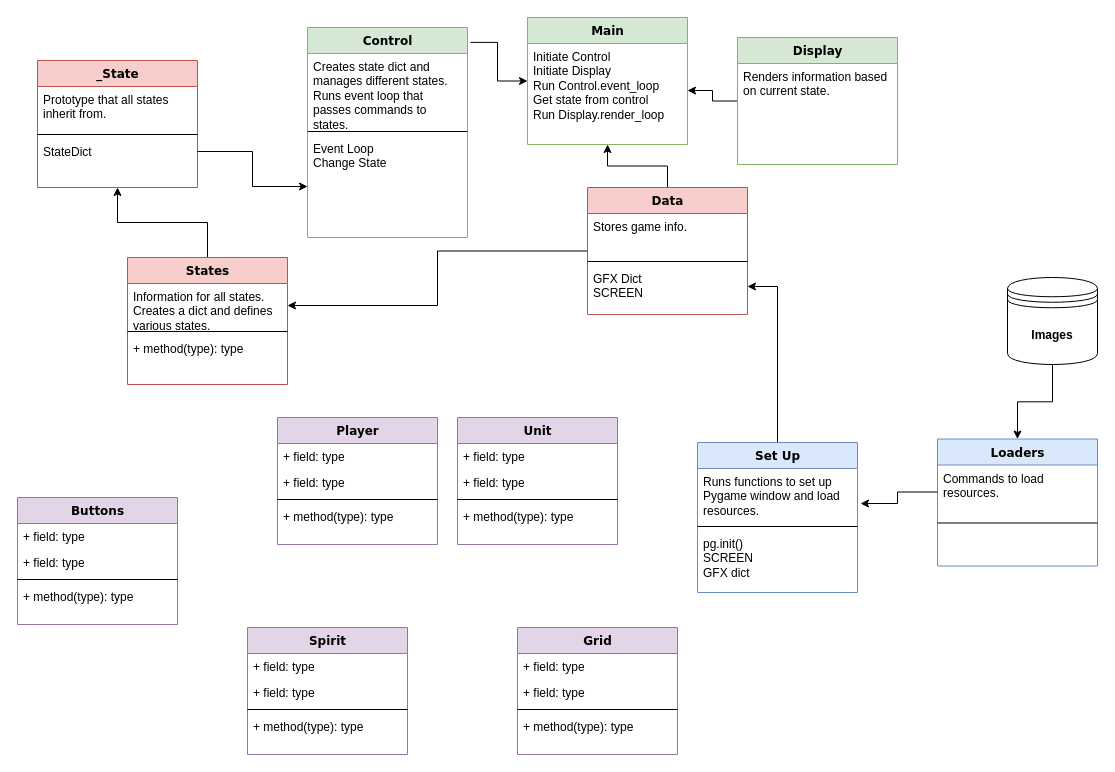
This is class_outline.drawio from ShinyMyst/VG-exhumed, a draw.io file, before an edit. Source tidied: cells renumbered, new cells numbered last; positions are measured from the earlier drawing's top-left corner, leaving out a move shared by most shapes. Both pictures are drawn from the tidied source at 100%, with x=0, y=0 at pixel (17, 17).
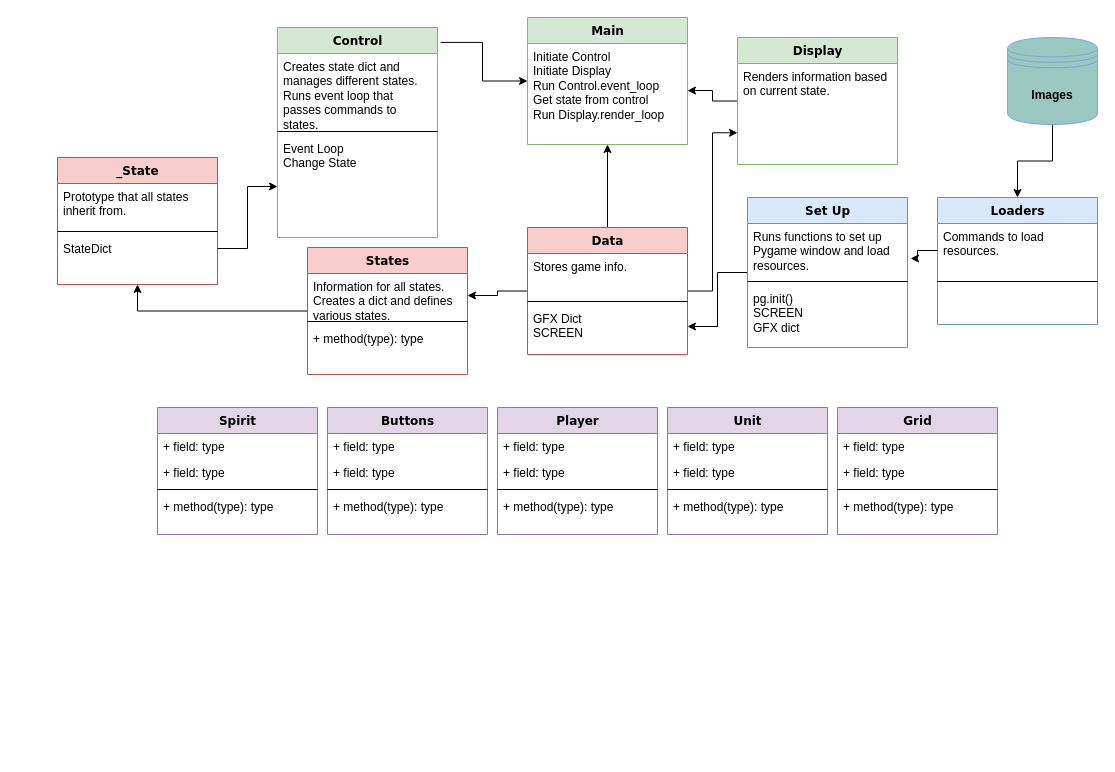
The same page after the edit.

Unchanged cells that the change refers to:
```xml
<mxCell id="25" value="Display" style="swimlane;html=1;fontStyle=1;align=center;verticalAlign=top;horizontal=1;startSize=26;swimlaneFillColor=#ffffff;rounded=0;shadow=0;comic=0;labelBackgroundColor=none;strokeWidth=1;fillColor=#d5e8d4;fontFamily=Verdana;fontSize=12;strokeColor=#82b366;" parent="1" vertex="1">
  <mxGeometry x="720" y="20" width="160" height="127" as="geometry" />
</mxCell>
```

What changed in the source:
```diff
@@
     <mxCell id="5" value="Control" style="swimlane;html=1;fontStyle=1;align=center;verticalAlign=top;horizontal=1;startSize=26;swimlaneFillColor=#ffffff;rounded=0;shadow=0;comic=0;labelBackgroundColor=none;strokeWidth=1;fillColor=#d5e8d4;fontFamily=Verdana;fontSize=12;strokeColor=#82b366;" parent="1" vertex="1">
-      <mxGeometry x="290" y="10" width="160" height="210" as="geometry" />
+      <mxGeometry x="260" y="10" width="160" height="210" as="geometry" />
     </mxCell>
@@
     <mxCell id="9" value="_State" style="swimlane;html=1;fontStyle=1;align=center;verticalAlign=top;horizontal=1;startSize=26;swimlaneFillColor=#ffffff;rounded=0;shadow=0;comic=0;labelBackgroundColor=none;strokeWidth=1;fillColor=#f8cecc;fontFamily=Verdana;fontSize=12;strokeColor=#b85450;" parent="1" vertex="1">
-      <mxGeometry x="20" y="43" width="160" height="127" as="geometry" />
+      <mxGeometry x="40" y="140" width="160" height="127" as="geometry" />
     </mxCell>
@@
+    <mxCell id="64" style="edgeStyle=orthogonalEdgeStyle;rounded=0;jettySize=auto;html=1;entryX=0;entryY=0.75;entryDx=0;entryDy=0;" parent="1" edge="1" source="15" target="25">
+      <mxGeometry relative="1" as="geometry" />
+    </mxCell>
     <mxCell id="15" value="Data" style="swimlane;html=1;fontStyle=1;align=center;verticalAlign=top;horizontal=1;startSize=26;swimlaneFillColor=#ffffff;rounded=0;shadow=0;comic=0;labelBackgroundColor=none;strokeWidth=1;fillColor=#f8cecc;fontFamily=Verdana;fontSize=12;strokeColor=#b85450;" parent="1" vertex="1">
-      <mxGeometry x="570" y="170" width="160" height="127" as="geometry" />
+      <mxGeometry x="510" y="210" width="160" height="127" as="geometry" />
     </mxCell>
@@
     <mxCell id="19" value="Player" style="swimlane;html=1;fontStyle=1;align=center;verticalAlign=top;horizontal=1;startSize=26;swimlaneFillColor=#ffffff;rounded=0;shadow=0;comic=0;labelBackgroundColor=none;strokeWidth=1;fillColor=#e1d5e7;fontFamily=Verdana;fontSize=12;strokeColor=#9673a6;" parent="1" vertex="1">
-      <mxGeometry x="260" y="400" width="160" height="127" as="geometry" />
+      <mxGeometry x="480" y="390" width="160" height="127" as="geometry" />
     </mxCell>
@@
     <mxCell id="27" value="Spirit" style="swimlane;html=1;fontStyle=1;align=center;verticalAlign=top;horizontal=1;startSize=26;swimlaneFillColor=#ffffff;rounded=0;shadow=0;comic=0;labelBackgroundColor=none;strokeWidth=1;fillColor=#e1d5e7;fontFamily=Verdana;fontSize=12;strokeColor=#9673a6;" parent="1" vertex="1">
-      <mxGeometry x="230" y="610" width="160" height="127" as="geometry" />
+      <mxGeometry x="140" y="390" width="160" height="127" as="geometry" />
     </mxCell>
@@
     <mxCell id="32" value="Grid" style="swimlane;html=1;fontStyle=1;align=center;verticalAlign=top;horizontal=1;startSize=26;swimlaneFillColor=#ffffff;rounded=0;shadow=0;comic=0;labelBackgroundColor=none;strokeWidth=1;fillColor=#e1d5e7;fontFamily=Verdana;fontSize=12;strokeColor=#9673a6;" parent="1" vertex="1">
-      <mxGeometry x="500" y="610" width="160" height="127" as="geometry" />
+      <mxGeometry x="820" y="390" width="160" height="127" as="geometry" />
     </mxCell>
@@
     <mxCell id="37" value="Buttons" style="swimlane;html=1;fontStyle=1;align=center;verticalAlign=top;horizontal=1;startSize=26;swimlaneFillColor=#ffffff;rounded=0;shadow=0;comic=0;labelBackgroundColor=none;strokeWidth=1;fillColor=#e1d5e7;fontFamily=Verdana;fontSize=12;strokeColor=#9673a6;" parent="1" vertex="1">
-      <mxGeometry y="480" width="160" height="127" as="geometry" />
+      <mxGeometry x="310" y="390" width="160" height="127" as="geometry" />
     </mxCell>
@@
     <mxCell id="42" value="Unit" style="swimlane;html=1;fontStyle=1;align=center;verticalAlign=top;horizontal=1;startSize=26;swimlaneFillColor=#ffffff;rounded=0;shadow=0;comic=0;labelBackgroundColor=none;strokeWidth=1;fillColor=#e1d5e7;fontFamily=Verdana;fontSize=12;strokeColor=#9673a6;" parent="1" vertex="1">
-      <mxGeometry x="440" y="400" width="160" height="127" as="geometry" />
+      <mxGeometry x="650" y="390" width="160" height="127" as="geometry" />
     </mxCell>
@@
     <mxCell id="48" value="States" style="swimlane;html=1;fontStyle=1;align=center;verticalAlign=top;horizontal=1;startSize=26;swimlaneFillColor=#ffffff;rounded=0;shadow=0;comic=0;labelBackgroundColor=none;strokeWidth=1;fillColor=#f8cecc;fontFamily=Verdana;fontSize=12;strokeColor=#b85450;" parent="1" vertex="1">
-      <mxGeometry x="110" y="240" width="160" height="127" as="geometry" />
+      <mxGeometry x="290" y="230" width="160" height="127" as="geometry" />
     </mxCell>
@@
     <mxCell id="53" value="&lt;div&gt;Set Up&lt;/div&gt;&lt;div&gt;&lt;br&gt;&lt;/div&gt;" style="swimlane;html=1;fontStyle=1;align=center;verticalAlign=top;horizontal=1;startSize=26;swimlaneFillColor=#ffffff;rounded=0;shadow=0;comic=0;labelBackgroundColor=none;strokeWidth=1;fillColor=#dae8fc;fontFamily=Verdana;fontSize=12;strokeColor=#6c8ebf;" parent="1" vertex="1">
-      <mxGeometry x="680" y="425" width="160" height="150" as="geometry" />
+      <mxGeometry x="730" y="180" width="160" height="150" as="geometry" />
     </mxCell>
@@
     <mxCell id="57" value="&lt;div&gt;Loaders&lt;/div&gt;&lt;div&gt;&lt;br&gt;&lt;/div&gt;" style="swimlane;html=1;fontStyle=1;align=center;verticalAlign=top;horizontal=1;startSize=26;swimlaneFillColor=#ffffff;rounded=0;shadow=0;comic=0;labelBackgroundColor=none;strokeWidth=1;fillColor=#dae8fc;fontFamily=Verdana;fontSize=12;strokeColor=#6c8ebf;" parent="1" vertex="1">
-      <mxGeometry x="920" y="421.5" width="160" height="127" as="geometry" />
+      <mxGeometry x="920" y="180" width="160" height="127" as="geometry" />
     </mxCell>
@@
-    <mxCell id="62" value="&lt;b&gt;Images&lt;/b&gt;" style="shape=datastore;whiteSpace=wrap;html=1;" parent="1" vertex="1">
-      <mxGeometry x="990" y="260" width="90" height="87" as="geometry" />
+    <mxCell id="62" value="&lt;b&gt;Images&lt;/b&gt;" style="shape=datastore;whiteSpace=wrap;html=1;strokeColor=#7EA6E0;fillColor=#9AC7BF;" parent="1" vertex="1">
+      <mxGeometry x="990" y="20" width="90" height="87" as="geometry" />
     </mxCell>
```
